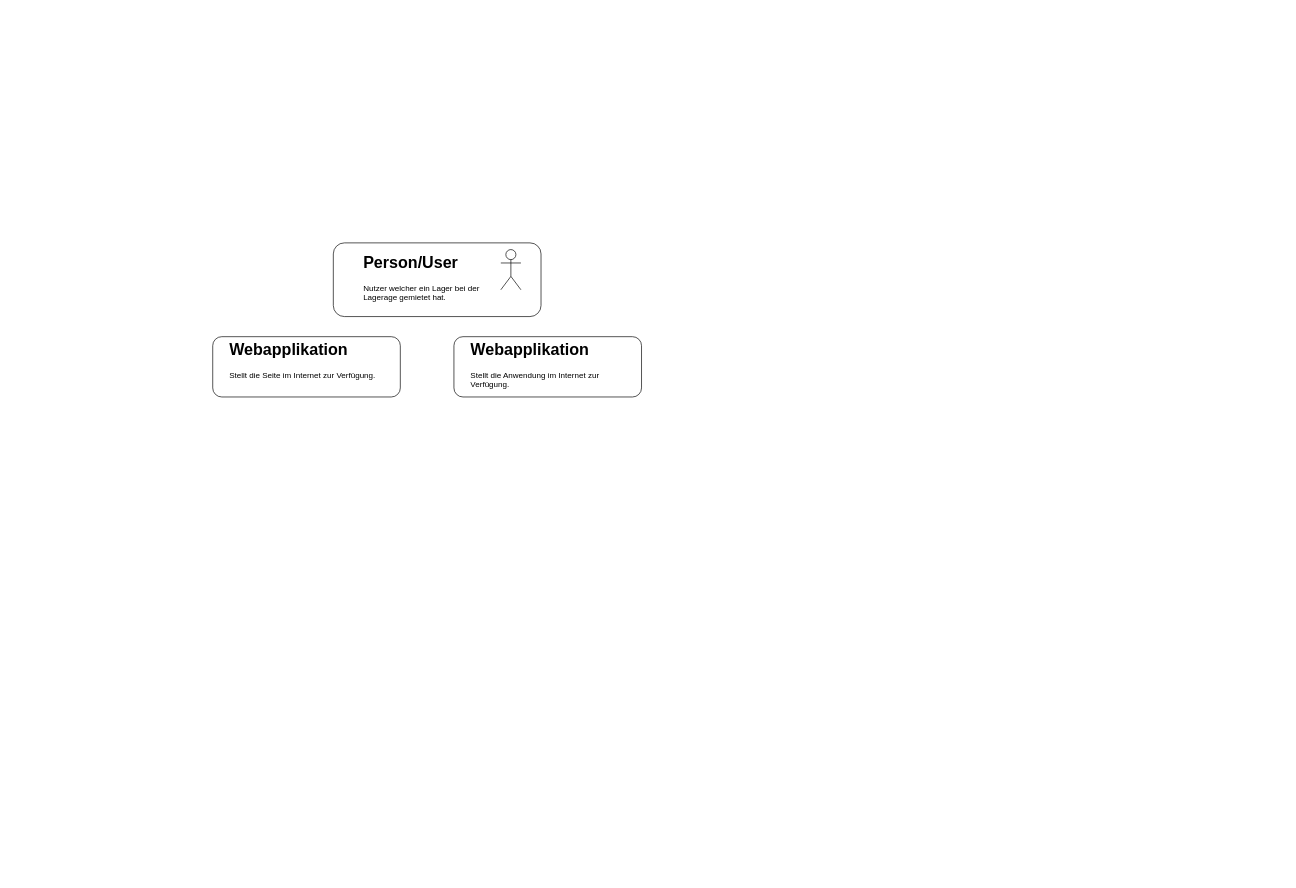
fabianscharfetter/diplomarbeit keeps this draw.io diagram as Container_Diagramm.drawio. Above is the earlier version. Source tidied: cells renumbered, new cells numbered last; positions are measured from the earlier drawing's top-left corner, leaving out a move shared by most shapes. Both pictures are drawn from the tidied source at 67%, with x=0, y=0 at pixel (212, 243).
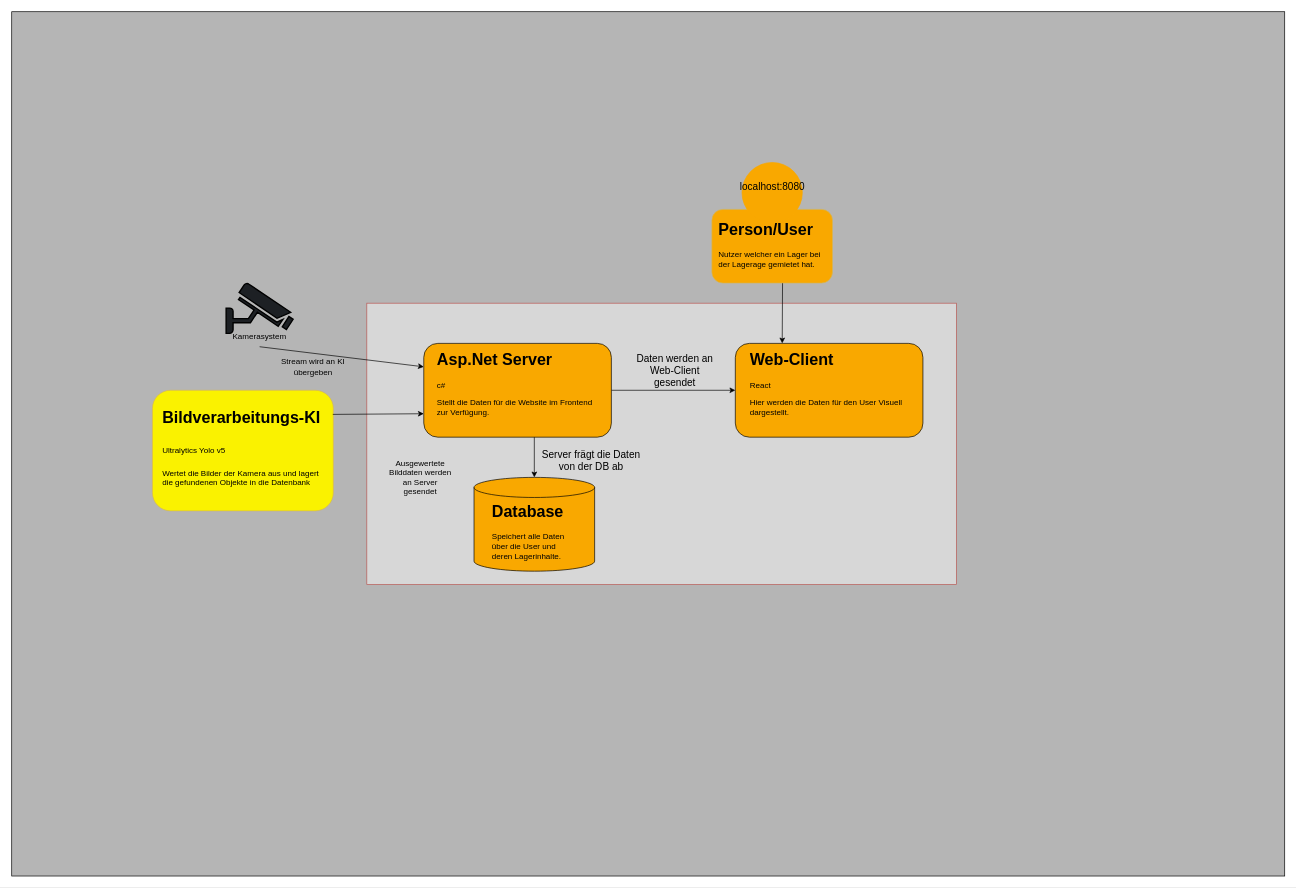
The same diagram, later.

Change to the diagram source:
```diff
@@
+    <mxCell id="9" style="rounded=0;whiteSpace=wrap;html=1;fillColor=#B5B5B5;" parent="1" vertex="1">
+      <mxGeometry x="-300" y="-345" width="1900" height="1290" as="geometry" />
+    </mxCell>
+    <mxCell id="10" style="rounded=0;whiteSpace=wrap;html=1;fillColor=#D7D7D7;strokeColor=#b85450;" parent="1" vertex="1">
+      <mxGeometry x="230" y="90" width="880" height="420" as="geometry" />
+    </mxCell>
-    <mxCell id="2" style="rounded=1;whiteSpace=wrap;html=1;" parent="1" vertex="1">
-      <mxGeometry x="180" width="310" height="110" as="geometry" />
+    <mxCell id="2" style="rounded=1;whiteSpace=wrap;html=1;fillColor=#F9A800;strokeColor=#d6b656;" parent="1" vertex="1">
+      <mxGeometry x="745" y="-50" width="180" height="110" as="geometry" />
     </mxCell>
-    <mxCell id="3" style="shape=umlActor;verticalLabelPosition=bottom;verticalAlign=top;html=1;" parent="1" vertex="1">
-      <mxGeometry x="430" y="10" width="30" height="60" as="geometry" />
-    </mxCell>
     <mxCell id="4" value="&lt;h1&gt;Person/User&lt;/h1&gt;&lt;p&gt;Nutzer welcher ein Lager bei der Lagerage gemietet hat.&lt;/p&gt;" style="text;html=1;strokeColor=none;fillColor=none;spacing=5;spacingTop=-20;whiteSpace=wrap;overflow=hidden;rounded=0;" parent="1" vertex="1">
-      <mxGeometry x="220" y="10" width="220" height="90" as="geometry" />
+      <mxGeometry x="750" y="-40" width="170" height="90" as="geometry" />
     </mxCell>
+    <mxCell id="11" style="edgeStyle=orthogonalEdgeStyle;rounded=0;jettySize=auto;html=1;exitX=1;exitY=0.5;exitDx=0;exitDy=0;entryX=0;entryY=0.5;entryDx=0;entryDy=0;" parent="1" edge="1" source="5" target="7">
+      <mxGeometry relative="1" as="geometry" />
+    </mxCell>
-    <mxCell id="5" style="rounded=1;whiteSpace=wrap;html=1;" parent="1" vertex="1">
-      <mxGeometry y="140" width="280" height="90" as="geometry" />
+    <mxCell id="5" style="rounded=1;whiteSpace=wrap;html=1;fillColor=#F9A800;" parent="1" vertex="1">
+      <mxGeometry x="315" y="150" width="280" height="140" as="geometry" />
     </mxCell>
-    <mxCell id="6" value="&lt;h1&gt;Webapplikation&lt;/h1&gt;&lt;p&gt;Stellt die Seite im Internet zur Verfügung.&lt;/p&gt;" style="text;html=1;strokeColor=none;fillColor=none;spacing=5;spacingTop=-20;whiteSpace=wrap;overflow=hidden;rounded=0;" parent="1" vertex="1">
-      <mxGeometry x="20" y="140" width="250" height="80" as="geometry" />
+    <mxCell id="6" value="&lt;h1&gt;Asp.Net Server&lt;/h1&gt;&lt;p&gt;c#&lt;/p&gt;&lt;p&gt;&lt;span style=&quot;background-color: transparent; color: light-dark(rgb(0, 0, 0), rgb(255, 255, 255));&quot;&gt;Stellt die Daten für die Website im Frontend zur Verfügung.&lt;/span&gt;&lt;/p&gt;" style="text;html=1;strokeColor=none;fillColor=none;spacing=5;spacingTop=-20;whiteSpace=wrap;overflow=hidden;rounded=0;" parent="1" vertex="1">
+      <mxGeometry x="330" y="155" width="250" height="130" as="geometry" />
     </mxCell>
-    <mxCell id="7" style="rounded=1;whiteSpace=wrap;html=1;" parent="1" vertex="1">
-      <mxGeometry x="360" y="140" width="280" height="90" as="geometry" />
+    <mxCell id="7" style="rounded=1;whiteSpace=wrap;html=1;fillColor=#F9A800;" parent="1" vertex="1">
+      <mxGeometry x="780" y="150" width="280" height="140" as="geometry" />
     </mxCell>
-    <mxCell id="8" value="&lt;h1&gt;Webapplikation&lt;/h1&gt;&lt;p&gt;Stellt die Anwendung im Internet zur Verfügung.&lt;/p&gt;" style="text;html=1;strokeColor=none;fillColor=none;spacing=5;spacingTop=-20;whiteSpace=wrap;overflow=hidden;rounded=0;" parent="1" vertex="1">
-      <mxGeometry x="380" y="140" width="250" height="80" as="geometry" />
-    </mxCell>
+    <mxCell id="12" value="&lt;h1&gt;Web-Client&lt;/h1&gt;&lt;p&gt;React&lt;/p&gt;&lt;p&gt;Hier werden die Daten für den User Visuell dargestellt.&lt;/p&gt;" style="text;html=1;strokeColor=none;fillColor=none;spacing=5;spacingTop=-20;whiteSpace=wrap;overflow=hidden;rounded=0;" parent="1" vertex="1">
+      <mxGeometry x="797" y="155" width="250" height="130" as="geometry" />
+    </mxCell>
+    <mxCell id="13" style="shape=cylinder3;whiteSpace=wrap;html=1;boundedLbl=1;backgroundOutline=1;size=15;fillColor=#F9A800;" parent="1" vertex="1">
+      <mxGeometry x="390" y="350" width="180" height="140" as="geometry" />
+    </mxCell>
+    <mxCell id="14" value="&lt;h1 style=&quot;margin-top: 0px;&quot;&gt;Database&lt;/h1&gt;&lt;p&gt;Speichert alle Daten über die User und deren Lagerinhalte.&lt;/p&gt;" style="text;html=1;whiteSpace=wrap;overflow=hidden;rounded=0;" parent="1" vertex="1">
+      <mxGeometry x="415" y="380" width="130" height="100" as="geometry" />
+    </mxCell>
+    <mxCell id="15" style="fontColor=#0066CC;verticalAlign=top;verticalLabelPosition=bottom;labelPosition=center;align=center;html=1;fillColor=#1D2024;strokeColor=#000000;gradientColor=none;gradientDirection=north;strokeWidth=2;shape=mxgraph.networks.security_camera;" parent="1" vertex="1">
+      <mxGeometry x="20" y="60" width="100" height="75" as="geometry" />
+    </mxCell>
+    <mxCell id="16" value="Kamerasystem" style="text;html=1;align=center;verticalAlign=middle;whiteSpace=wrap;rounded=0;" parent="1" vertex="1">
+      <mxGeometry x="20" y="125" width="100" height="30" as="geometry" />
+    </mxCell>
+    <mxCell id="17" style="rounded=1;whiteSpace=wrap;html=1;fillColor=#FAF200;strokeColor=#d6b656;" parent="1" vertex="1">
+      <mxGeometry x="-90" y="220" width="270" height="180" as="geometry" />
+    </mxCell>
+    <mxCell id="18" value="&lt;h1&gt;&lt;span style=&quot;background-color: transparent; color: light-dark(rgb(0, 0, 0), rgb(255, 255, 255));&quot;&gt;Bildverarbeitungs-KI&lt;/span&gt;&lt;/h1&gt;&lt;h1&gt;&lt;span style=&quot;font-size: 12px; font-weight: 400;&quot;&gt;Ultralytics Yolo v5&lt;/span&gt;&lt;/h1&gt;&lt;p&gt;Wertet die Bilder der Kamera aus und lagert die gefundenen Objekte in die Datenbank&lt;/p&gt;" style="text;html=1;strokeColor=none;fillColor=none;spacing=5;spacingTop=-20;whiteSpace=wrap;overflow=hidden;rounded=0;" parent="1" vertex="1">
+      <mxGeometry x="-80" y="241.2" width="250" height="165" as="geometry" />
+    </mxCell>
+    <mxCell id="19" style="ellipse;whiteSpace=wrap;html=1;strokeColor=#F9A800;fillColor=#F9A800;" parent="1" vertex="1">
+      <mxGeometry x="790" y="-120" width="90" height="90" as="geometry" />
+    </mxCell>
+    <mxCell id="20" style="endArrow=classic;html=1;rounded=0;entryX=0.5;entryY=0;entryDx=0;entryDy=0;entryPerimeter=0;" parent="1" edge="1" target="13">
+      <mxGeometry relative="1" as="geometry">
+        <mxPoint x="480" y="290" as="sourcePoint" />
+      </mxGeometry>
+    </mxCell>
+    <mxCell id="21" style="endArrow=classic;html=1;rounded=0;exitX=0.586;exitY=1.002;exitDx=0;exitDy=0;entryX=0.25;entryY=0;entryDx=0;entryDy=0;exitPerimeter=0;" parent="1" edge="1" source="2" target="7">
+      <mxGeometry relative="1" as="geometry" />
+    </mxCell>
+    <mxCell id="22" style="endArrow=classic;html=1;rounded=0;exitX=0.997;exitY=0.2;exitDx=0;exitDy=0;entryX=0;entryY=0.75;entryDx=0;entryDy=0;exitPerimeter=0;" parent="1" edge="1" source="17" target="5">
+      <mxGeometry relative="1" as="geometry" />
+    </mxCell>
+    <mxCell id="23" style="endArrow=classic;html=1;rounded=0;exitX=0.5;exitY=1;exitDx=0;exitDy=0;entryX=0;entryY=0.25;entryDx=0;entryDy=0;" parent="1" edge="1" source="16" target="5">
+      <mxGeometry relative="1" as="geometry" />
+    </mxCell>
+    <mxCell id="24" value="&lt;font style=&quot;font-size: 15px;&quot;&gt;localhost:8080&lt;/font&gt;" style="text;html=1;align=center;verticalAlign=middle;whiteSpace=wrap;rounded=0;" parent="1" vertex="1">
+      <mxGeometry x="807.5" y="-100" width="55" height="30" as="geometry" />
+    </mxCell>
+    <mxCell id="25" value="&lt;font style=&quot;font-size: 15px;&quot;&gt;Daten werden an Web-Client gesendet&lt;/font&gt;" style="text;html=1;align=center;verticalAlign=middle;whiteSpace=wrap;rounded=0;" parent="1" vertex="1">
+      <mxGeometry x="630" y="155" width="120" height="70" as="geometry" />
+    </mxCell>
+    <mxCell id="26" value="&lt;font style=&quot;font-size: 15px;&quot;&gt;Server frägt die Daten von der DB ab&lt;/font&gt;" style="text;html=1;align=center;verticalAlign=middle;whiteSpace=wrap;rounded=0;" parent="1" vertex="1">
+      <mxGeometry x="490" y="297.5" width="150" height="52.5" as="geometry" />
+    </mxCell>
+    <mxCell id="27" value="Ausgewertete Bilddaten werden an Server gesendet" style="text;html=1;align=center;verticalAlign=middle;whiteSpace=wrap;rounded=0;" parent="1" vertex="1">
+      <mxGeometry x="260" y="320" width="100" height="60" as="geometry" />
+    </mxCell>
+    <mxCell id="28" value="Stream wird an KI übergeben" style="text;html=1;align=center;verticalAlign=middle;whiteSpace=wrap;rounded=0;" parent="1" vertex="1">
+      <mxGeometry x="100" y="170" width="100" height="30" as="geometry" />
+    </mxCell>
```
